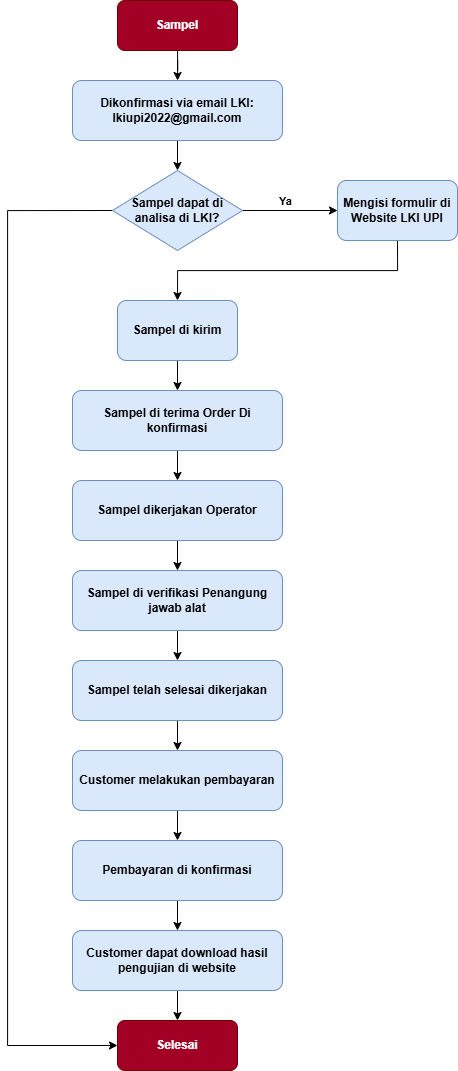
Earlier version of the draw.io export public/images/alur_penerimaan_sampel.png (fikriymnn/lki_upi). Source tidied: cells renumbered, new cells last; positions are measured from the earlier drawing's top-left corner, leaving out a move shared by most shapes. Its diagram source:
```xml
<mxGraphModel>
  <root>
    <mxCell id="0" />
    <mxCell id="1" parent="0" />
    <mxCell id="2" style="edgeStyle=orthogonalEdgeStyle;rounded=0;jettySize=auto;html=1;fontStyle=1;" parent="1" edge="1" source="3" target="5">
      <mxGeometry relative="1" as="geometry" />
    </mxCell>
    <mxCell id="3" value="Sampel" style="rounded=1;whiteSpace=wrap;html=1;fillColor=#a20025;strokeColor=#6F0000;fontColor=#ffffff;fontStyle=1;" parent="1" vertex="1">
      <mxGeometry x="110" width="120" height="50" as="geometry" />
    </mxCell>
    <mxCell id="4" style="edgeStyle=orthogonalEdgeStyle;rounded=0;jettySize=auto;html=1;exitX=0.5;exitY=1;exitDx=0;exitDy=0;entryX=0.5;entryY=0;entryDx=0;entryDy=0;fontStyle=1;" parent="1" edge="1" source="5" target="27">
      <mxGeometry relative="1" as="geometry" />
    </mxCell>
    <mxCell id="5" value="Dikonfirmasi via email LKI: lkiupi2022@gmail.com" style="rounded=1;whiteSpace=wrap;html=1;fillColor=#dae8fc;strokeColor=#6c8ebf;fontStyle=1;" parent="1" vertex="1">
      <mxGeometry x="65" y="80" width="210" height="60" as="geometry" />
    </mxCell>
    <mxCell id="6" style="edgeStyle=orthogonalEdgeStyle;rounded=0;jettySize=auto;html=1;exitX=0.5;exitY=1;exitDx=0;exitDy=0;entryX=0.5;entryY=0;entryDx=0;entryDy=0;fontStyle=1;" parent="1" edge="1" source="7" target="9">
      <mxGeometry relative="1" as="geometry" />
    </mxCell>
    <mxCell id="7" value="Mengisi formulir di Website LKI UPI" style="rounded=1;whiteSpace=wrap;html=1;fillColor=#dae8fc;strokeColor=#6c8ebf;fontStyle=1;" parent="1" vertex="1">
      <mxGeometry x="330" y="180" width="120" height="60" as="geometry" />
    </mxCell>
    <mxCell id="8" style="edgeStyle=orthogonalEdgeStyle;rounded=0;jettySize=auto;html=1;exitX=0.5;exitY=1;exitDx=0;exitDy=0;entryX=0.5;entryY=0;entryDx=0;entryDy=0;fontStyle=1;" parent="1" edge="1" source="9" target="11">
      <mxGeometry relative="1" as="geometry" />
    </mxCell>
    <mxCell id="9" value="Sampel di kirim" style="rounded=1;whiteSpace=wrap;html=1;fillColor=#dae8fc;strokeColor=#6c8ebf;fontStyle=1;" parent="1" vertex="1">
      <mxGeometry x="110" y="300" width="120" height="60" as="geometry" />
    </mxCell>
    <mxCell id="10" style="edgeStyle=orthogonalEdgeStyle;rounded=0;jettySize=auto;html=1;exitX=0.5;exitY=1;exitDx=0;exitDy=0;entryX=0.5;entryY=0;entryDx=0;entryDy=0;fontStyle=1;" parent="1" edge="1" source="11" target="13">
      <mxGeometry relative="1" as="geometry" />
    </mxCell>
    <mxCell id="11" value="Sampel di terima&amp;nbsp;&lt;span style=&quot;background-color: transparent; color: light-dark(rgb(0, 0, 0), rgb(255, 255, 255));&quot;&gt;Order Di konfirmasi&lt;/span&gt;" style="rounded=1;whiteSpace=wrap;html=1;fillColor=#dae8fc;strokeColor=#6c8ebf;fontStyle=1;" parent="1" vertex="1">
      <mxGeometry x="65" y="390" width="210" height="60" as="geometry" />
    </mxCell>
    <mxCell id="12" style="edgeStyle=orthogonalEdgeStyle;rounded=0;jettySize=auto;html=1;exitX=0.5;exitY=1;exitDx=0;exitDy=0;entryX=0.5;entryY=0;entryDx=0;entryDy=0;fontStyle=1;" parent="1" edge="1" source="13" target="15">
      <mxGeometry relative="1" as="geometry" />
    </mxCell>
    <mxCell id="13" value="Sampel dikerjakan Operator" style="rounded=1;whiteSpace=wrap;html=1;fillColor=#dae8fc;strokeColor=#6c8ebf;fontStyle=1;" parent="1" vertex="1">
      <mxGeometry x="65" y="480" width="210" height="60" as="geometry" />
    </mxCell>
    <mxCell id="14" style="edgeStyle=orthogonalEdgeStyle;rounded=0;jettySize=auto;html=1;exitX=0.5;exitY=1;exitDx=0;exitDy=0;entryX=0.5;entryY=0;entryDx=0;entryDy=0;fontStyle=1;" parent="1" edge="1" source="15" target="17">
      <mxGeometry relative="1" as="geometry" />
    </mxCell>
    <mxCell id="15" value="Sampel di verifikasi Penangung jawab alat" style="rounded=1;whiteSpace=wrap;html=1;fillColor=#dae8fc;strokeColor=#6c8ebf;fontStyle=1;" parent="1" vertex="1">
      <mxGeometry x="65" y="570" width="210" height="60" as="geometry" />
    </mxCell>
    <mxCell id="16" style="edgeStyle=orthogonalEdgeStyle;rounded=0;jettySize=auto;html=1;exitX=0.5;exitY=1;exitDx=0;exitDy=0;entryX=0.5;entryY=0;entryDx=0;entryDy=0;fontStyle=1;" parent="1" edge="1" source="17" target="19">
      <mxGeometry relative="1" as="geometry" />
    </mxCell>
    <mxCell id="17" value="Sampel telah selesai dikerjakan" style="rounded=1;whiteSpace=wrap;html=1;fillColor=#dae8fc;strokeColor=#6c8ebf;fontStyle=1;" parent="1" vertex="1">
      <mxGeometry x="65" y="660" width="210" height="60" as="geometry" />
    </mxCell>
    <mxCell id="18" style="edgeStyle=orthogonalEdgeStyle;rounded=0;jettySize=auto;html=1;exitX=0.5;exitY=1;exitDx=0;exitDy=0;entryX=0.5;entryY=0;entryDx=0;entryDy=0;fontStyle=1;" parent="1" edge="1" source="19" target="21">
      <mxGeometry relative="1" as="geometry" />
    </mxCell>
    <mxCell id="19" value="Customer melakukan pembayaran" style="rounded=1;whiteSpace=wrap;html=1;fillColor=#dae8fc;strokeColor=#6c8ebf;fontStyle=1;" parent="1" vertex="1">
      <mxGeometry x="65" y="750" width="210" height="60" as="geometry" />
    </mxCell>
    <mxCell id="20" style="edgeStyle=orthogonalEdgeStyle;rounded=0;jettySize=auto;html=1;exitX=0.5;exitY=1;exitDx=0;exitDy=0;entryX=0.5;entryY=0;entryDx=0;entryDy=0;fontStyle=1;" parent="1" edge="1" source="21" target="23">
      <mxGeometry relative="1" as="geometry" />
    </mxCell>
    <mxCell id="21" value="Pembayaran di konfirmasi" style="rounded=1;whiteSpace=wrap;html=1;fillColor=#dae8fc;strokeColor=#6c8ebf;fontStyle=1;" parent="1" vertex="1">
      <mxGeometry x="65" y="840" width="210" height="60" as="geometry" />
    </mxCell>
    <mxCell id="22" style="edgeStyle=orthogonalEdgeStyle;rounded=0;jettySize=auto;html=1;exitX=0.5;exitY=1;exitDx=0;exitDy=0;entryX=0.5;entryY=0;entryDx=0;entryDy=0;fontStyle=1;" parent="1" edge="1" source="23" target="28">
      <mxGeometry relative="1" as="geometry" />
    </mxCell>
    <mxCell id="23" value="Customer dapat download hasil pengujian di website" style="rounded=1;whiteSpace=wrap;html=1;fillColor=#dae8fc;strokeColor=#6c8ebf;fontStyle=1;" parent="1" vertex="1">
      <mxGeometry x="65" y="930" width="210" height="60" as="geometry" />
    </mxCell>
    <mxCell id="24" style="edgeStyle=orthogonalEdgeStyle;rounded=0;jettySize=auto;html=1;exitX=1;exitY=0.5;exitDx=0;exitDy=0;entryX=0;entryY=0.5;entryDx=0;entryDy=0;fontStyle=1;" parent="1" edge="1" source="27" target="7">
      <mxGeometry relative="1" as="geometry" />
    </mxCell>
    <mxCell id="25" value="Ya" style="edgeLabel;html=1;align=center;verticalAlign=middle;fontStyle=1;" parent="24" vertex="1">
      <mxGeometry x="-0.22" y="-1" relative="1" as="geometry">
        <mxPoint x="6" y="-11" as="offset" />
      </mxGeometry>
    </mxCell>
    <mxCell id="26" style="edgeStyle=orthogonalEdgeStyle;rounded=0;jettySize=auto;html=1;exitX=0;exitY=0.5;exitDx=0;exitDy=0;entryX=0;entryY=0.5;entryDx=0;entryDy=0;fontStyle=1;" parent="1" edge="1" source="27" target="28">
      <mxGeometry relative="1" as="geometry">
        <Array as="points">
          <mxPoint y="210" />
          <mxPoint y="1045" />
        </Array>
      </mxGeometry>
    </mxCell>
    <mxCell id="27" value="Sampel dapat di analisa di LKI?" style="rhombus;whiteSpace=wrap;html=1;fillColor=#dae8fc;strokeColor=#6c8ebf;fontStyle=1;" parent="1" vertex="1">
      <mxGeometry x="105" y="170" width="130" height="80" as="geometry" />
    </mxCell>
    <mxCell id="28" value="Selesai" style="rounded=1;whiteSpace=wrap;html=1;fillColor=#a20025;fontColor=#ffffff;strokeColor=#6F0000;fontStyle=1;" parent="1" vertex="1">
      <mxGeometry x="110" y="1020" width="120" height="50" as="geometry" />
    </mxCell>
  </root>
</mxGraphModel>
```
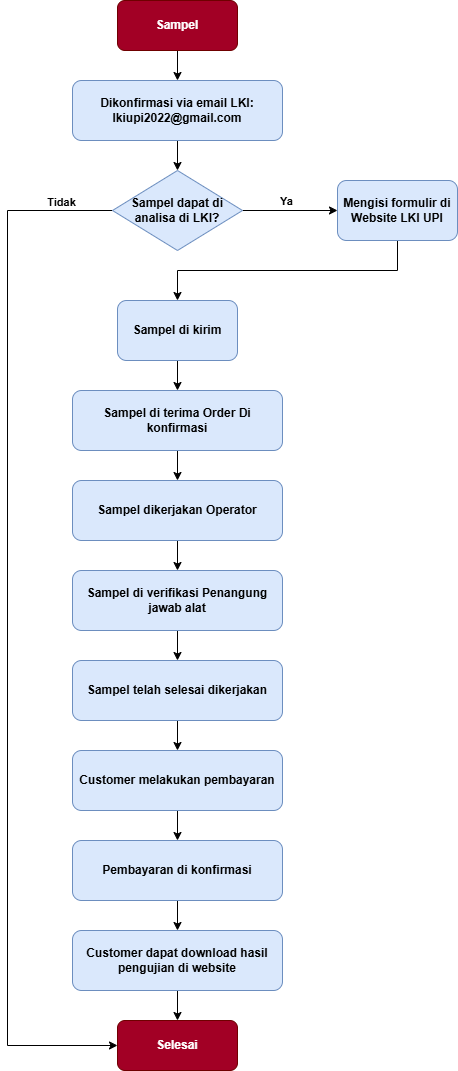
After the commit.

Diff of the diagram source:
```diff
@@ -84,6 +84,11 @@
         </Array>
       </mxGeometry>
     </mxCell>
+    <mxCell id="29" value="Tidak" style="edgeLabel;html=1;align=center;verticalAlign=middle;fontStyle=1;" parent="26" vertex="1">
+      <mxGeometry x="-0.9" y="-1" relative="1" as="geometry">
+        <mxPoint y="-8" as="offset" />
+      </mxGeometry>
+    </mxCell>
     <mxCell id="27" value="Sampel dapat di analisa di LKI?" style="rhombus;whiteSpace=wrap;html=1;fillColor=#dae8fc;strokeColor=#6c8ebf;fontStyle=1;" parent="1" vertex="1">
       <mxGeometry x="105" y="170" width="130" height="80" as="geometry" />
     </mxCell>
```
